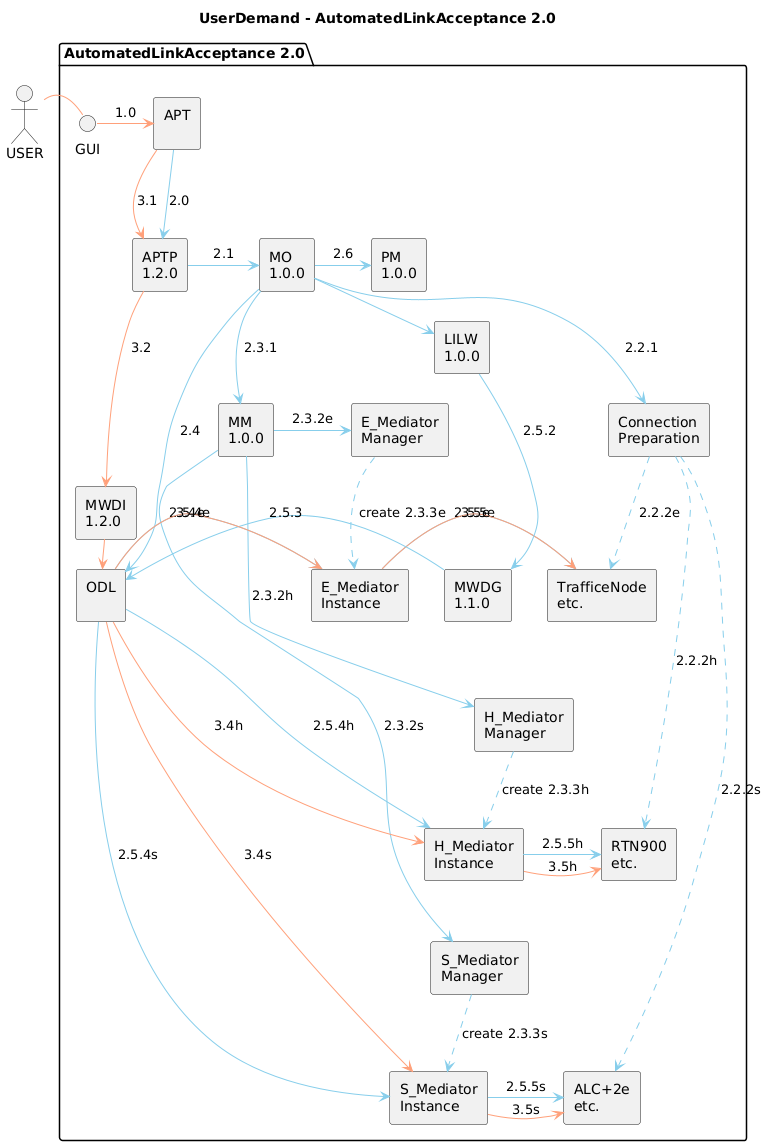
Above: diagrams/AutomatedLinkAcceptanceFlow.png in openBackhaul/_AutomatedLinkAcceptance (PlantUML), before the change.
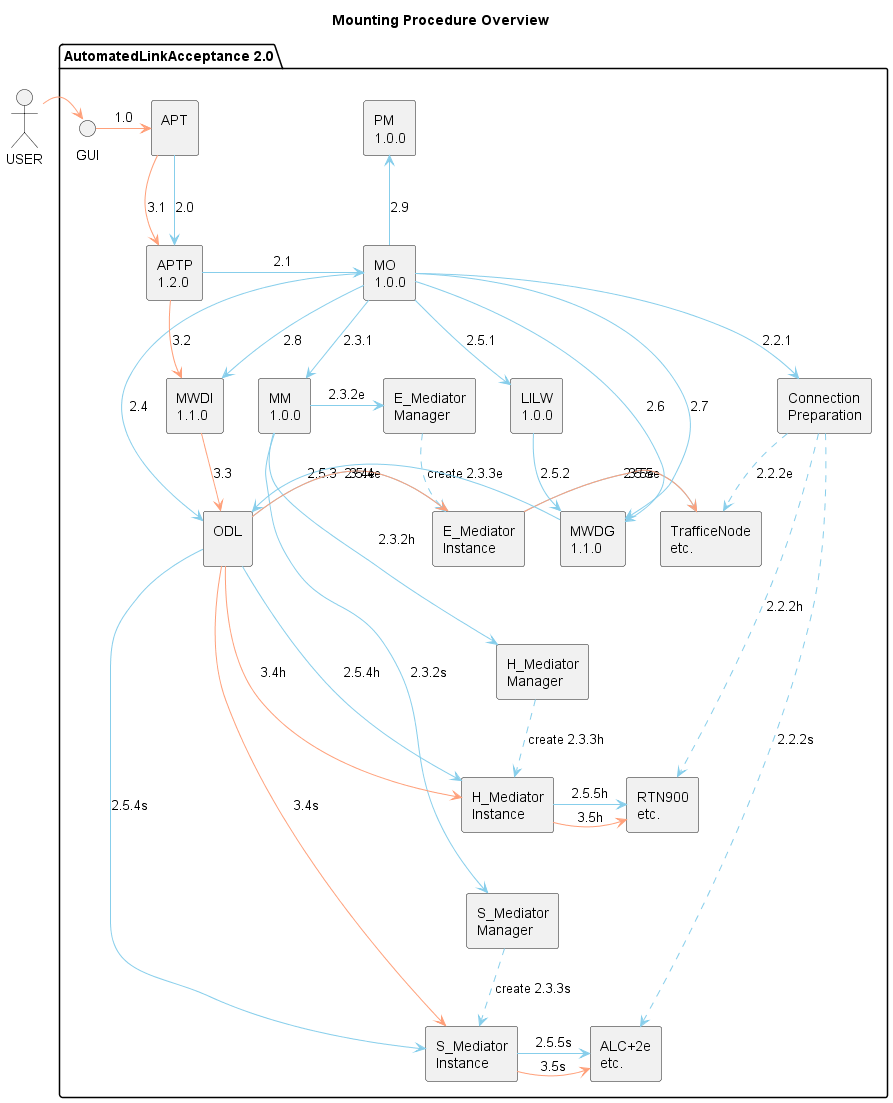
After the change.

Commit message:
Add MO interfacing MWDG and MWDI

The edit, as a diff of the source:
```diff
@@ -1,22 +1,31 @@
-@startuml
+@startuml AutomatedLinkAcceptanceFlow
 skinparam componentStyle rectangle
 
 title
-UserDemand - AutomatedLinkAcceptance 2.0
+Mounting Procedure Overview
 end title
 
 actor USER as USER
 
-package "AutomatedLinkAcceptance 2.0" {
+
+
+
+  package "AutomatedLinkAcceptance 2.0" {
+
   interface GUI as GUI
   USER -[hidden] GUI
   component [APT\n] as APT
   GUI -[hidden] APT
-  component [MO\n1.0.0] as MO
+  component [APTP\n1.2.0] as APTP
+
+  USER -> GUI #LightSalmon
+  GUI -> APT #LightSalmon : 1.0
+ component [MO\n1.0.0] as MO
   APT -[hidden] MO
+
+  component [ODL\n] as ODL
   component [Connection\nPreparation] as ConnectionPreparation
   MO -[hidden] ConnectionPreparation
-
   component [MM\n1.0.0] as MM
   MO -[hidden]- MM
   component [E_Mediator\nManager] as E_MediatorManager
@@ -41,17 +50,13 @@
   component [ALC+2e\netc.] as S_Device
   S_MediatorInstance -[hidden] S_Device
   H_Device -[hidden]- S_Device
-
+  component [PM\n1.0.0] as PM
   component [LILW\n1.0.0] as LILW
-  component [PM\n1.0.0] as PM
+   MO -[hidden] LILW
   component [MWDG\n1.1.0] as MWDG
-
-  component [APTP\n1.2.0] as APTP
-  component [MWDI\n1.2.0] as MWDI
-  component [ODL\n] as ODL
-
-  USER - GUI #LightSalmon
-  GUI -> APT #LightSalmon : 1.0
+   LILW -[hidden] MWDG
+  component [MWDI\n1.1.0] as MWDI
+   MO -[hidden] MWDI
 
   APT -> APTP #SkyBlue : 2.0
   APTP -> MO #SkyBlue : 2.1
@@ -71,19 +76,22 @@
 
   MO -> ODL #SkyBlue : 2.4
 
-  MO -> LILW #SkyBlue : 2.5.1
-  LILW -> MWDG #SkyBlue : 2.5.2
+  MO --> LILW #SkyBlue : 2.5.1
+  LILW -down-> MWDG #SkyBlue : 2.5.2
   MWDG -> ODL #SkyBlue : 2.5.3
 
-  MO -> PM #SkyBlue : 2.6
 
   ODL -> E_MediatorInstance #SkyBlue : 2.5.4e
-  ODL -> H_MediatorInstance #SkyBlue : 2.5.4h
+  ODL -> H_MediatorInstance #SkyBlue: 2.5.4h
   ODL -> S_MediatorInstance #SkyBlue : 2.5.4s
   E_MediatorInstance -> E_Device #SkyBlue : 2.5.5e
   H_MediatorInstance -> H_Device #SkyBlue : 2.5.5h
   S_MediatorInstance -> S_Device #SkyBlue : 2.5.5s
 
+  MO -up-> MWDG #SkyBlue : 2.6
+  MO -up-> MWDG #SkyBlue : 2.7
+  MO -up-> MWDI #SkyBlue : 2.8
+  MO -up-> PM #SkyBlue : 2.9
 
   APT --> APTP #LightSalmon : 3.1
   APTP -> MWDI #LightSalmon : 3.2
@@ -95,5 +103,7 @@
   H_MediatorInstance -> H_Device #LightSalmon : 3.5h
   S_MediatorInstance -> S_Device #LightSalmon : 3.5s
 
-}
+
+  }
+
 @enduml
```
